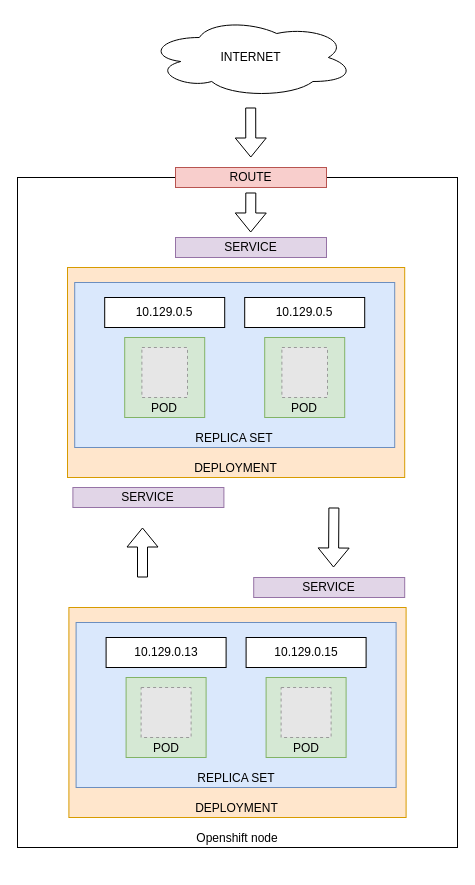
The draw.io diagram kubernetes_on_openshift_concepts.drawio in pylanglois/minimal_kubernetes_on_oc, before the edit. Source tidied: cells renumbered, new cells numbered last; positions are measured from the earlier drawing's top-left corner, leaving out a move shared by most shapes. Both pictures are drawn from the tidied source at 100%, with x=0, y=0 at pixel (17, 17). Pictures stored in the file or linked from it are replaced by grey dashed boxes.
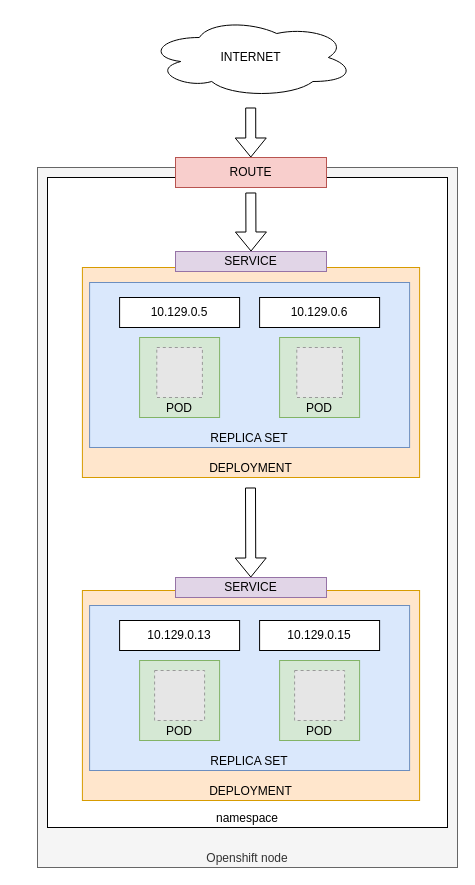
After the change.

Commit message:
Mettre à jour kubernetes_on_openshift_concepts.drawio

Diff of the diagram source:
```diff
@@
-    <mxCell id="2" value="Openshift node" style="rounded=0;whiteSpace=wrap;html=1;verticalAlign=bottom;" parent="1" vertex="1">
-      <mxGeometry y="160" width="440" height="670" as="geometry" />
+    <mxCell id="2" value="Openshift node" style="rounded=0;whiteSpace=wrap;html=1;verticalAlign=bottom;fillColor=#f5f5f5;fontColor=#333333;strokeColor=#666666;" parent="1" vertex="1">
+      <mxGeometry x="20" y="150" width="420" height="700" as="geometry" />
     </mxCell>
+    <mxCell id="30" value="namespace" style="rounded=0;whiteSpace=wrap;html=1;verticalAlign=bottom;" parent="1" vertex="1">
+      <mxGeometry x="30" y="160" width="400" height="650" as="geometry" />
+    </mxCell>
     <mxCell id="3" style="group;" parent="1" vertex="1">
-      <mxGeometry x="50" y="250" width="337.2" height="210" as="geometry" />
+      <mxGeometry x="64.9" y="250" width="337.2" height="210" as="geometry" />
     </mxCell>
@@
-    <mxCell id="9" value="10.129.0.5" style="rounded=0;whiteSpace=wrap;html=1;" parent="3" vertex="1">
+    <mxCell id="9" value="10.129.0.6" style="rounded=0;whiteSpace=wrap;html=1;" parent="3" vertex="1">
       <mxGeometry x="177.2" y="30" width="120" height="30" as="geometry" />
     </mxCell>
@@
     <mxCell id="12" style="group;" parent="1" vertex="1">
-      <mxGeometry x="51.4" y="590" width="337.2" height="210" as="geometry" />
+      <mxGeometry x="64.9" y="573" width="337.2" height="210" as="geometry" />
     </mxCell>
@@
     <mxCell id="21" value="ROUTE" style="rounded=0;whiteSpace=wrap;html=1;fillColor=#f8cecc;strokeColor=#b85450;" parent="1" vertex="1">
-      <mxGeometry x="158" y="150" width="151" height="20" as="geometry" />
+      <mxGeometry x="158" y="140" width="151" height="30" as="geometry" />
     </mxCell>
     <mxCell id="22" value="SERVICE" style="rounded=0;whiteSpace=wrap;html=1;fillColor=#e1d5e7;strokeColor=#9673a6;" parent="1" vertex="1">
-      <mxGeometry x="236.2" y="560" width="151" height="20" as="geometry" />
+      <mxGeometry x="158" y="560" width="151" height="20" as="geometry" />
     </mxCell>
-    <mxCell id="23" style="shape=flexArrow;endArrow=classic;html=1;rounded=0;" parent="1" edge="1">
-      <mxGeometry relative="1" as="geometry">
-        <mxPoint x="125" y="560" as="sourcePoint" />
-        <mxPoint x="125" y="510" as="targetPoint" />
-      </mxGeometry>
-    </mxCell>
     <mxCell id="24" style="shape=flexArrow;endArrow=classic;html=1;rounded=0;" parent="1" edge="1">
       <mxGeometry relative="1" as="geometry">
-        <mxPoint x="316.4" y="490" as="sourcePoint" />
-        <mxPoint x="316" y="550" as="targetPoint" />
+        <mxPoint x="233" y="470" as="sourcePoint" />
+        <mxPoint x="233.3" y="560" as="targetPoint" />
       </mxGeometry>
     </mxCell>
-    <mxCell id="25" value="SERVICE" style="rounded=0;whiteSpace=wrap;html=1;fillColor=#e1d5e7;strokeColor=#9673a6;" parent="1" vertex="1">
-      <mxGeometry x="55.4" y="470" width="151" height="20" as="geometry" />
-    </mxCell>
     <mxCell id="26" value="SERVICE" style="rounded=0;whiteSpace=wrap;html=1;fillColor=#e1d5e7;strokeColor=#9673a6;" parent="1" vertex="1">
-      <mxGeometry x="158" y="220" width="151" height="20" as="geometry" />
+      <mxGeometry x="158" y="234" width="151" height="20" as="geometry" />
     </mxCell>
@@
-    <mxCell id="29" style="shape=flexArrow;endArrow=classic;html=1;rounded=0;" parent="1" edge="1">
+    <mxCell id="29" style="shape=flexArrow;endArrow=classic;html=1;rounded=0;entryX=0.5;entryY=0;entryDx=0;entryDy=0;" parent="1" edge="1" target="26">
       <mxGeometry relative="1" as="geometry">
         <mxPoint x="233.3" y="175" as="sourcePoint" />
-        <mxPoint x="233.2" y="215" as="targetPoint" />
       </mxGeometry>
     </mxCell>
```
